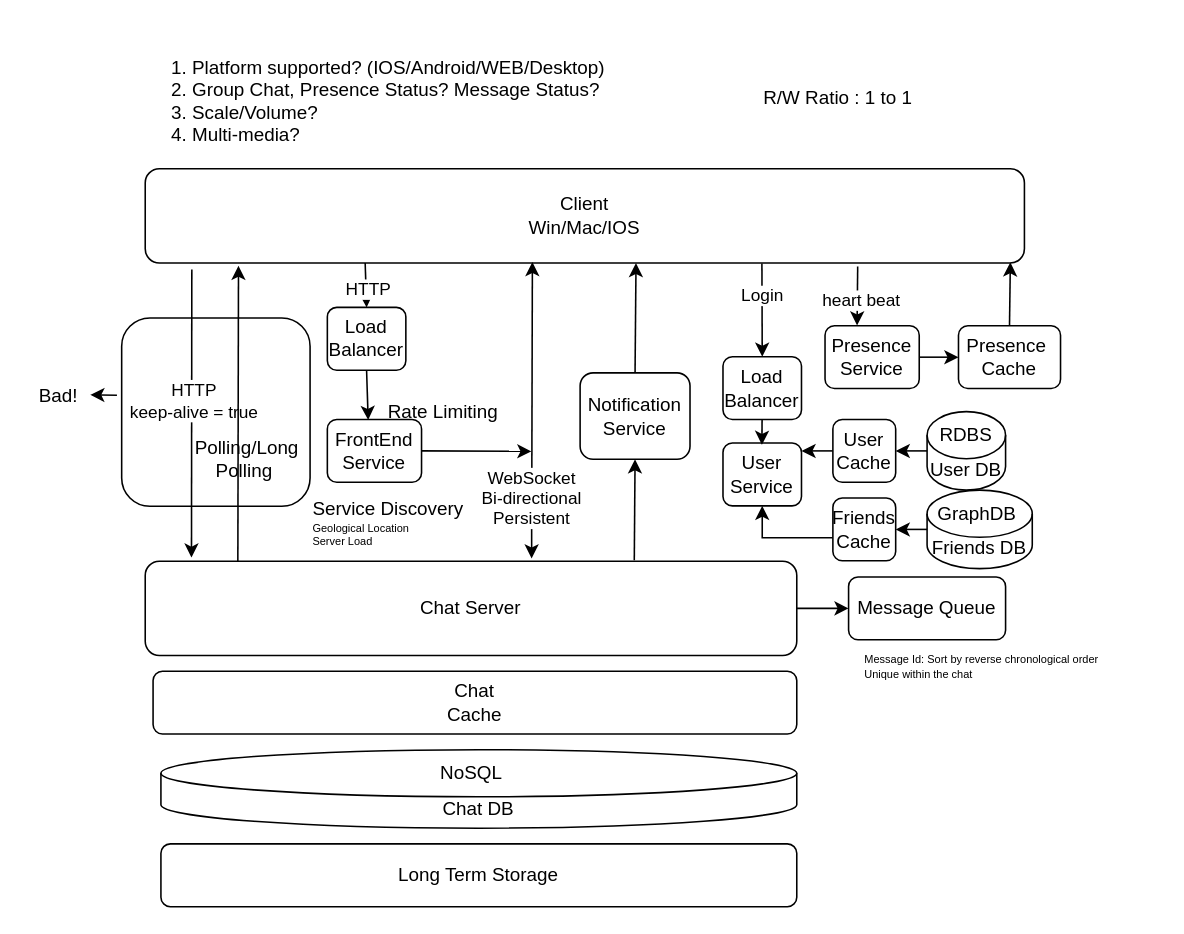
xwq172677170/SysdDiagram keeps this draw.io diagram as 10_Chat.drawio. Above is the earlier version. Source tidied: cells renumbered, new cells numbered last; positions are measured from the earlier drawing's top-left corner, leaving out a move shared by most shapes. Both pictures are drawn from the tidied source at 157%, with x=0, y=0 at pixel (27, 27).
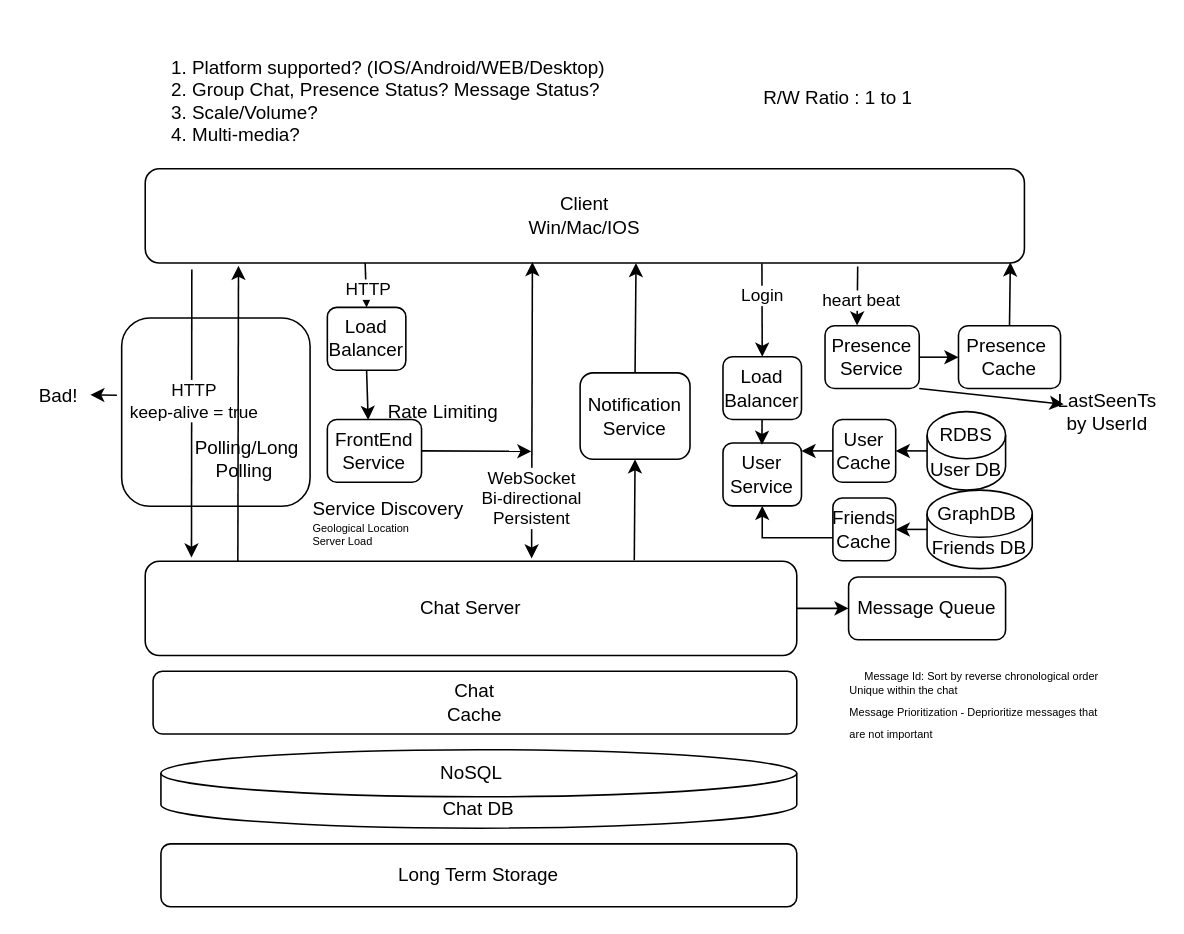
The same page after the edit.

Unchanged cells that the change refers to:
```xml
<mxCell id="32" value="Presence Service" style="rounded=1;whiteSpace=wrap;html=1;" parent="1" vertex="1">
  <mxGeometry x="508" y="190" width="60" height="40" as="geometry" />
</mxCell>
```

The edit, as a diff of the source:
```diff
@@
-    <mxCell id="40" value="&lt;font style=&quot;text-align: left; border-color: var(--border-color); font-size: 7px;&quot;&gt;Message Id:&amp;nbsp;&lt;/font&gt;&lt;span style=&quot;font-size: 7px;&quot;&gt;Sort by reverse chronological order&lt;br&gt;&lt;div style=&quot;text-align: left;&quot;&gt;&lt;span style=&quot;background-color: initial;&quot;&gt;Unique within the chat&lt;/span&gt;&lt;/div&gt;&lt;/span&gt;" style="text;html=1;strokeColor=none;fillColor=none;align=center;verticalAlign=middle;whiteSpace=wrap;rounded=0;" parent="1" vertex="1">
-      <mxGeometry x="523" y="380" width="170" height="50" as="geometry" />
+    <mxCell id="40" value="&lt;font style=&quot;text-align: left; border-color: var(--border-color); font-size: 7px;&quot;&gt;Message Id:&amp;nbsp;&lt;/font&gt;&lt;span style=&quot;font-size: 7px;&quot;&gt;Sort by reverse chronological order&lt;/span&gt;&lt;br&gt;&lt;div style=&quot;font-size: 7px; text-align: left;&quot;&gt;&lt;span style=&quot;background-color: initial;&quot;&gt;Unique within the chat&lt;/span&gt;&lt;/div&gt;&lt;div style=&quot;text-align: left;&quot;&gt;&lt;span style=&quot;font-size: 7px; background-color: initial;&quot;&gt;Message&amp;nbsp;&lt;/span&gt;&lt;span style=&quot;background-color: initial;&quot;&gt;&lt;span style=&quot;font-size: 7px;&quot;&gt;Prioritization - Deprioritize&amp;nbsp;messages that are not important&lt;/span&gt;&lt;/span&gt;&lt;/div&gt;" style="text;html=1;strokeColor=none;fillColor=none;align=center;verticalAlign=middle;whiteSpace=wrap;rounded=0;" parent="1" vertex="1">
+      <mxGeometry x="523" y="405" width="170" height="50" as="geometry" />
     </mxCell>
@@
+    <mxCell id="54" style="endArrow=classic;html=1;rounded=0;exitX=1;exitY=1;exitDx=0;exitDy=0;" parent="1" edge="1" source="32">
+      <mxGeometry relative="1" as="geometry">
+        <mxPoint x="660" y="240" as="targetPoint" />
+      </mxGeometry>
+    </mxCell>
+    <mxCell id="55" value="LastSeenTs by UserId" style="text;html=1;strokeColor=none;fillColor=none;align=center;verticalAlign=middle;whiteSpace=wrap;rounded=0;" parent="1" vertex="1">
+      <mxGeometry x="658" y="230" width="60" height="30" as="geometry" />
+    </mxCell>
```
